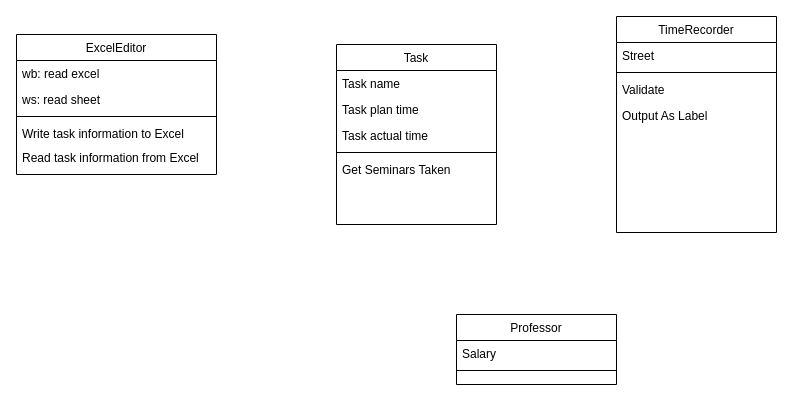
This is ClassDiagram.drawio from Ye-Qiwei/WorkPackageManager, a draw.io file, before an edit. Source tidied: cells renumbered, new cells numbered last; positions are measured from the earlier drawing's top-left corner, leaving out a move shared by most shapes. Both pictures are drawn from the tidied source at 100%, with x=0, y=0 at pixel (16, 16).
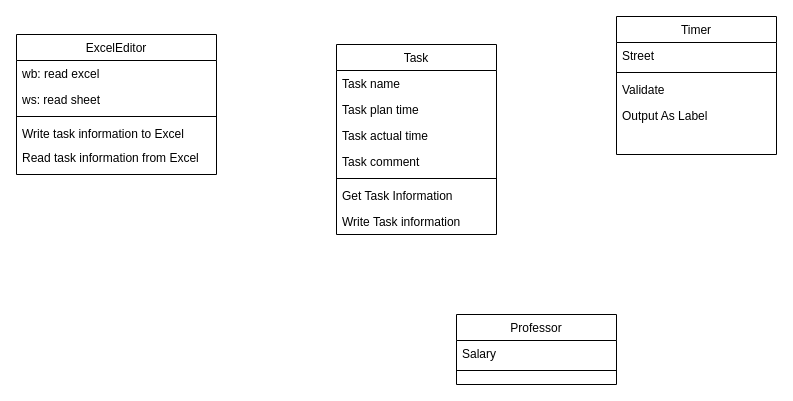
After the change.

Diff of the diagram source:
```diff
@@
     <mxCell id="8" value="Task" style="swimlane;fontStyle=0;align=center;verticalAlign=top;horizontal=1;startSize=26;rounded=0;shadow=0;strokeWidth=1;" parent="1" vertex="1">
-      <mxGeometry x="320" y="28" width="160" height="180" as="geometry" />
+      <mxGeometry x="320" y="28" width="160" height="190" as="geometry" />
     </mxCell>
@@
+    <mxCell id="22" value="Task comment" style="text;align=left;verticalAlign=top;spacingLeft=4;spacingRight=4;overflow=hidden;rounded=0;shadow=0;html=0;" parent="8" vertex="1">
+      <mxGeometry y="104" width="160" height="26" as="geometry" />
+    </mxCell>
     <mxCell id="12" style="line;html=1;strokeWidth=1;align=left;verticalAlign=middle;spacingTop=-1;spacingLeft=3;spacingRight=3;labelPosition=right;" parent="8" vertex="1">
-      <mxGeometry y="104" width="160" height="8" as="geometry" />
+      <mxGeometry y="130" width="160" height="8" as="geometry" />
     </mxCell>
-    <mxCell id="13" value="Get Seminars Taken" style="text;align=left;verticalAlign=top;spacingLeft=4;spacingRight=4;overflow=hidden;" parent="8" vertex="1">
-      <mxGeometry y="112" width="160" height="26" as="geometry" />
+    <mxCell id="13" value="Get Task Information" style="text;align=left;verticalAlign=top;spacingLeft=4;spacingRight=4;overflow=hidden;" parent="8" vertex="1">
+      <mxGeometry y="138" width="160" height="26" as="geometry" />
     </mxCell>
+    <mxCell id="23" value="Write Task information" style="text;align=left;verticalAlign=top;spacingLeft=4;spacingRight=4;overflow=hidden;" parent="8" vertex="1">
+      <mxGeometry y="164" width="160" height="26" as="geometry" />
+    </mxCell>
@@
-    <mxCell id="17" value="TimeRecorder" style="swimlane;fontStyle=0;align=center;verticalAlign=top;horizontal=1;startSize=26;rounded=0;shadow=0;strokeWidth=1;" parent="1" vertex="1">
-      <mxGeometry x="600" width="160" height="216" as="geometry" />
+    <mxCell id="17" value="Timer" style="swimlane;fontStyle=0;align=center;verticalAlign=top;horizontal=1;startSize=26;rounded=0;shadow=0;strokeWidth=1;" parent="1" vertex="1">
+      <mxGeometry x="600" width="160" height="138" as="geometry" />
     </mxCell>
```
